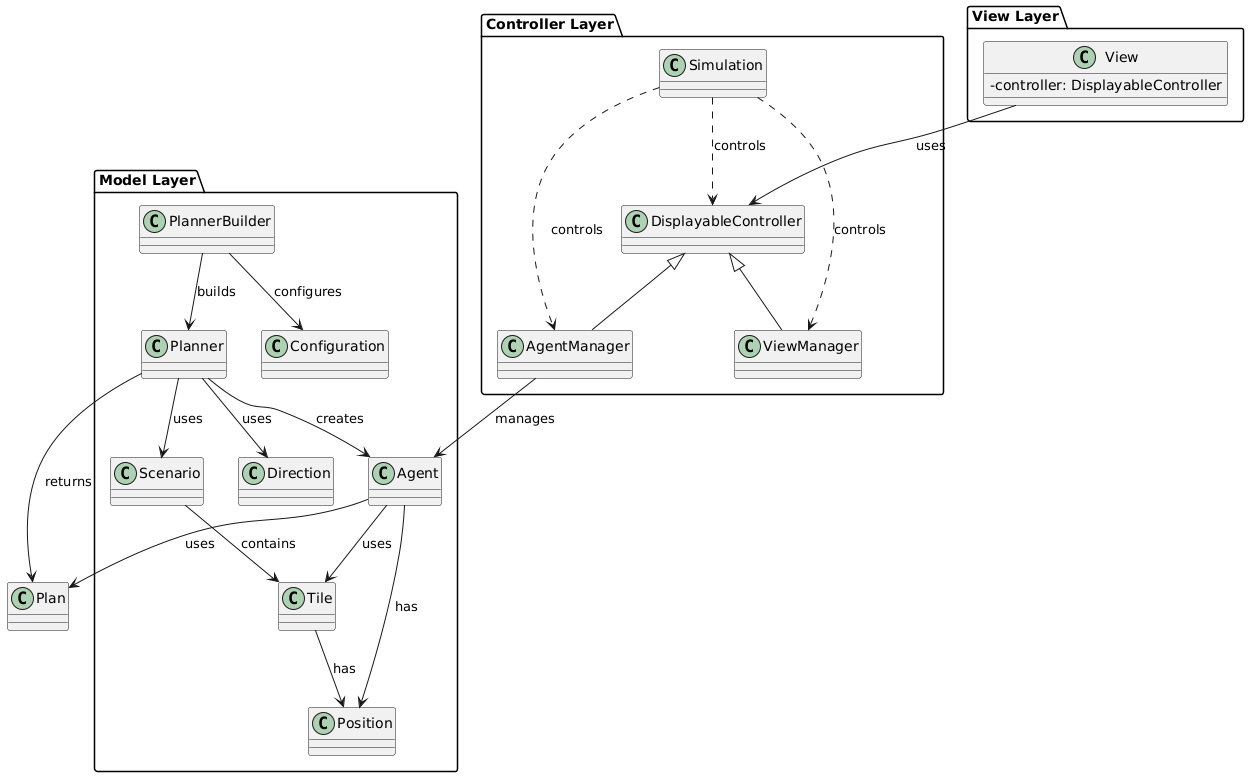
Before: resources/architettura.png, a diagram exported from PlantUML (g-mainardi/PPS-24-scala-path). Its diagram source:
```plantuml
@startuml
skinparam classAttributeIconSize 0

package "View Layer" {
  class View {
    - controller: DisplayableController
  }
}

package "Controller Layer" {
  class DisplayableController
  class ViewManager
  class AgentManager
  class Simulation
}

package "Model Layer" {
  class Agent
  class Planner
  class PlannerBuilder
  class Configuration
  class Scenario
  class Tile
  class Direction
  class Position
}

View --> DisplayableController : uses
DisplayableController <|-- ViewManager
DisplayableController <|-- AgentManager
AgentManager --> Agent : manages
Agent --> Plan : uses
Agent --> Position : has
Agent --> Tile : uses
PlannerBuilder --> Planner : builds
PlannerBuilder --> Configuration : configures
Planner --> Agent : creates
Planner --> Scenario : uses
Planner --> Direction : uses
Scenario --> Tile : contains
Tile --> Position : has
Planner --> Plan : returns

Simulation ..> DisplayableController : controls
Simulation ..> AgentManager : controls
Simulation ..> ViewManager : controls
@enduml
```
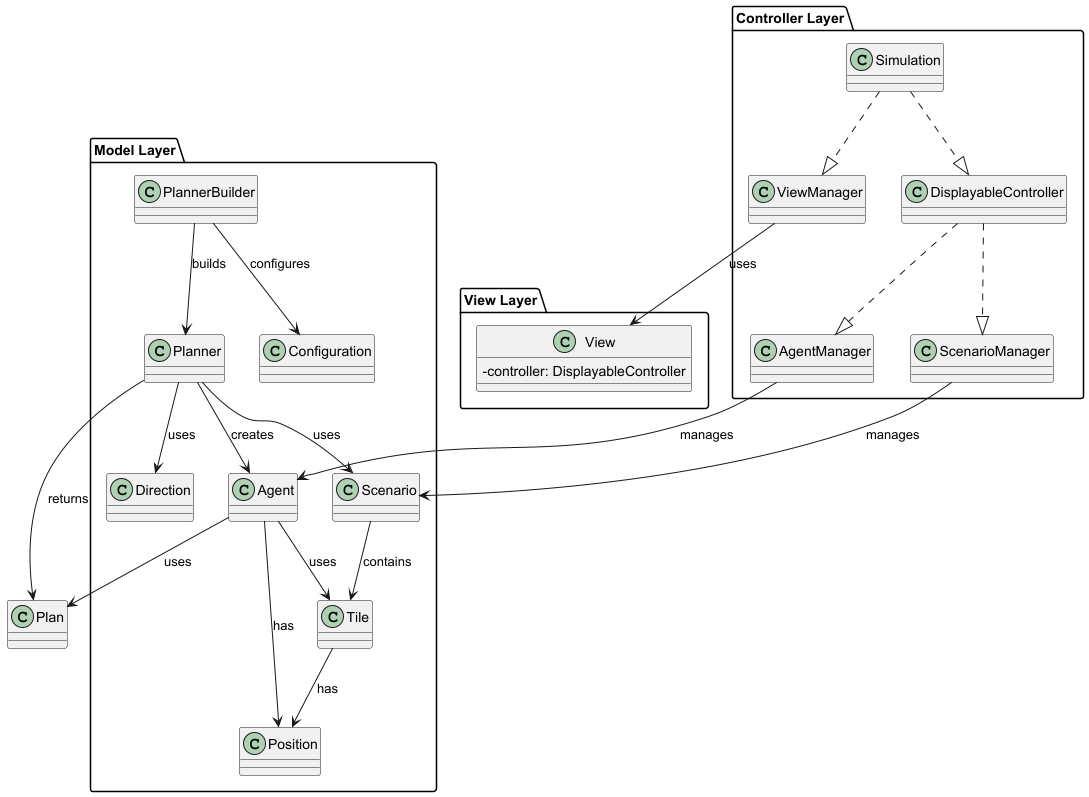
The same diagram one commit later.

Commit message:
docs: fix some uml formatting

Change to the diagram source:
```diff
@@ -12,6 +12,7 @@
   class ViewManager
   class AgentManager
   class Simulation
+  class ScenarioManager
 }
 
 package "Model Layer" {
@@ -25,10 +26,11 @@
   class Position
 }
 
-View --> DisplayableController : uses
-DisplayableController <|-- ViewManager
-DisplayableController <|-- AgentManager
+
+DisplayableController ..|> AgentManager
+DisplayableController ..|> ScenarioManager
 AgentManager --> Agent : manages
+ScenarioManager --> Scenario : manages
 Agent --> Plan : uses
 Agent --> Position : has
 Agent --> Tile : uses
@@ -41,7 +43,9 @@
 Tile --> Position : has
 Planner --> Plan : returns
 
-Simulation ..> DisplayableController : controls
-Simulation ..> AgentManager : controls
-Simulation ..> ViewManager : controls
+Simulation ..|> DisplayableController
+Simulation ..|> ViewManager
+ViewManager --> View : uses
+
+
 @enduml
```
